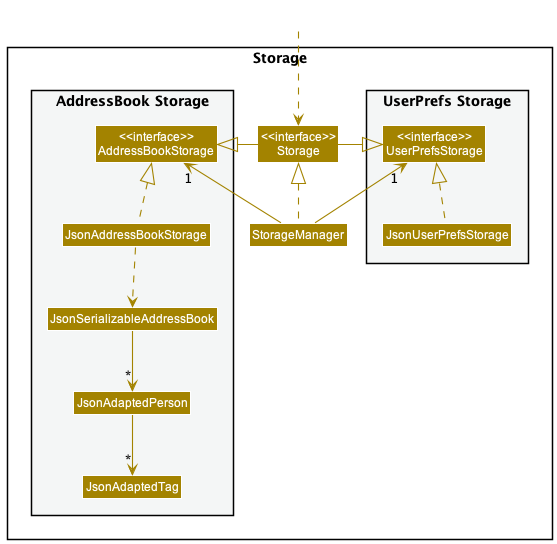
Before: docs/images/StorageClassDiagram.png, a diagram exported from PlantUML (nus-cs2103-AY2223S2/tp).
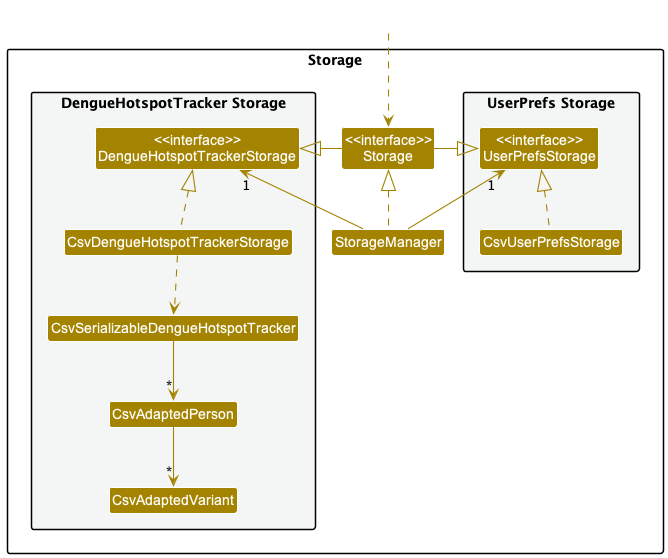
After the commit.

What changed in the source:
```diff
@@ -8,18 +8,18 @@
 
 package "UserPrefs Storage" #F4F6F6{
 Class "<<interface>>\nUserPrefsStorage" as UserPrefsStorage
-Class JsonUserPrefsStorage
+Class CsvUserPrefsStorage
 }
 
 Class "<<interface>>\nStorage" as Storage
 Class StorageManager
 
-package "AddressBook Storage" #F4F6F6{
-Class "<<interface>>\nAddressBookStorage" as AddressBookStorage
-Class JsonAddressBookStorage
-Class JsonSerializableAddressBook
-Class JsonAdaptedPerson
-Class JsonAdaptedTag
+package "DengueHotspotTracker Storage" #F4F6F6{
+Class "<<interface>>\nDengueHotspotTrackerStorage" as DengueHotspotTrackerStorage
+Class CsvDengueHotspotTrackerStorage
+Class CsvSerializableDengueHotspotTracker
+Class CsvAdaptedPerson
+Class CsvAdaptedVariant
 }
 
 }
@@ -29,15 +29,15 @@
 
 StorageManager .up.|> Storage
 StorageManager -up-> "1" UserPrefsStorage
-StorageManager -up-> "1" AddressBookStorage
+StorageManager -up-> "1" DengueHotspotTrackerStorage
 
 Storage -left-|> UserPrefsStorage
-Storage -right-|> AddressBookStorage
+Storage -right-|> DengueHotspotTrackerStorage
 
-JsonUserPrefsStorage .up.|> UserPrefsStorage
-JsonAddressBookStorage .up.|> AddressBookStorage
-JsonAddressBookStorage ..> JsonSerializableAddressBook
-JsonSerializableAddressBook --> "*" JsonAdaptedPerson
-JsonAdaptedPerson --> "*" JsonAdaptedTag
+CsvUserPrefsStorage .up.|> UserPrefsStorage
+CsvDengueHotspotTrackerStorage .up.|> DengueHotspotTrackerStorage
+CsvDengueHotspotTrackerStorage ..> CsvSerializableDengueHotspotTracker
+CsvSerializableDengueHotspotTracker --> "*" CsvAdaptedPerson
+CsvAdaptedPerson --> "*" CsvAdaptedVariant
 
 @enduml
```
